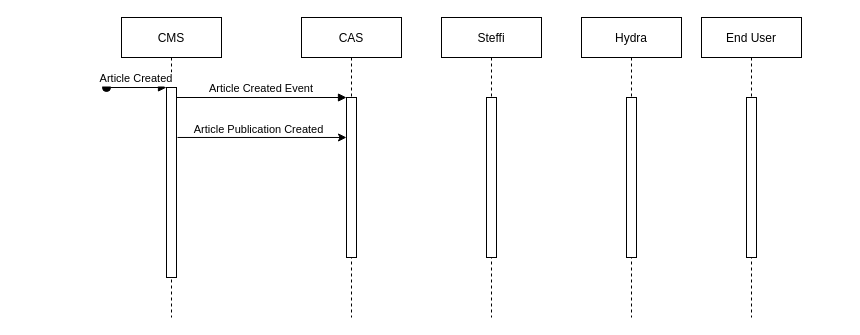
The draw.io diagram draw-io/Article Publication and view.drawio in drdkjtop/arkitektur, before the edit. Source tidied: cells renumbered, new cells numbered last; positions are measured from the earlier drawing's top-left corner, leaving out a move shared by most shapes. Both pictures are drawn from the tidied source at 100%, with x=0, y=0 at pixel (106, 17).
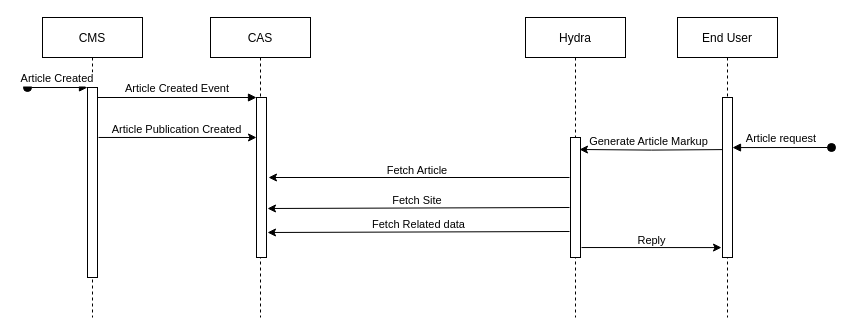
The same page after the edit.

Unchanged cells that the change refers to:
```xml
<mxCell id="13" style="points=[];perimeter=orthogonalPerimeter;rounded=0;shadow=0;strokeWidth=1;" parent="12" vertex="1">
  <mxGeometry x="45" y="80" width="10" height="160" as="geometry" />
</mxCell>
<mxCell id="14" style="endArrow=classic;html=1;rounded=0;exitX=1.1;exitY=0.263;exitDx=0;exitDy=0;exitPerimeter=0;" parent="1" edge="1" source="3" target="6">
  <mxGeometry relative="1" as="geometry" />
</mxCell>
```

What changed in the source:
```diff
@@
     <mxCell id="2" value="CMS" style="shape=umlLifeline;perimeter=lifelinePerimeter;rounded=0;shadow=0;strokeWidth=1;" parent="1" vertex="1">
-      <mxGeometry x="15" width="100" height="300" as="geometry" />
+      <mxGeometry x="-64" width="100" height="300" as="geometry" />
     </mxCell>
@@
     <mxCell id="5" value="CAS" style="shape=umlLifeline;perimeter=lifelinePerimeter;rounded=0;shadow=0;strokeWidth=1;" parent="1" vertex="1">
-      <mxGeometry x="195" width="100" height="300" as="geometry" />
+      <mxGeometry x="104" width="100" height="300" as="geometry" />
     </mxCell>
     <mxCell id="6" style="points=[];perimeter=orthogonalPerimeter;rounded=0;shadow=0;strokeWidth=1;" parent="5" vertex="1">
-      <mxGeometry x="45" y="80" width="10" height="160" as="geometry" />
+      <mxGeometry x="46" y="80" width="10" height="160" as="geometry" />
     </mxCell>
@@
-    <mxCell id="8" value="Steffi" style="shape=umlLifeline;perimeter=lifelinePerimeter;rounded=0;shadow=0;strokeWidth=1;" parent="1" vertex="1">
-      <mxGeometry x="335" width="100" height="300" as="geometry" />
-    </mxCell>
-    <mxCell id="9" style="perimeter=orthogonalPerimeter;rounded=0;shadow=0;strokeWidth=1;" parent="8" vertex="1">
-      <mxGeometry x="45" y="80" width="10" height="160" as="geometry" />
-    </mxCell>
     <mxCell id="10" value="Hydra" style="shape=umlLifeline;perimeter=lifelinePerimeter;rounded=0;shadow=0;strokeWidth=1;" parent="1" vertex="1">
-      <mxGeometry x="475" width="100" height="300" as="geometry" />
+      <mxGeometry x="419" width="100" height="300" as="geometry" />
     </mxCell>
     <mxCell id="11" style="points=[];perimeter=orthogonalPerimeter;rounded=0;shadow=0;strokeWidth=1;" parent="10" vertex="1">
-      <mxGeometry x="45" y="80" width="10" height="160" as="geometry" />
+      <mxGeometry x="45" y="120" width="10" height="120" as="geometry" />
     </mxCell>
     <mxCell id="12" value="End User" style="shape=umlLifeline;perimeter=lifelinePerimeter;rounded=0;shadow=0;strokeWidth=1;" parent="1" vertex="1">
-      <mxGeometry x="595" width="100" height="300" as="geometry" />
+      <mxGeometry x="571" width="100" height="300" as="geometry" />
     </mxCell>
@@
     <mxCell id="15" value="Article Publication Created" style="edgeLabel;html=1;align=center;verticalAlign=middle;" parent="14" vertex="1">
       <mxGeometry x="-0.28" relative="1" as="geometry">
-        <mxPoint x="19" y="-8" as="offset" />
+        <mxPoint x="20" y="-8" as="offset" />
       </mxGeometry>
     </mxCell>
+    <mxCell id="16" style="edgeStyle=orthogonalEdgeStyle;rounded=0;jettySize=auto;html=1;exitX=0;exitY=0.388;exitDx=0;exitDy=0;exitPerimeter=0;entryX=0.9;entryY=0.1;entryDx=0;entryDy=0;entryPerimeter=0;" parent="1" edge="1" target="11">
+      <mxGeometry relative="1" as="geometry">
+        <mxPoint x="616" y="132.1" as="sourcePoint" />
+      </mxGeometry>
+    </mxCell>
+    <mxCell id="17" value="Generate Article Markup" style="edgeLabel;html=1;align=center;verticalAlign=middle;" parent="16" vertex="1">
+      <mxGeometry x="0.2" y="-2" relative="1" as="geometry">
+        <mxPoint x="11" y="-7" as="offset" />
+      </mxGeometry>
+    </mxCell>
+    <mxCell id="18" value="Article request" style="verticalAlign=bottom;startArrow=oval;endArrow=block;startSize=8;shadow=0;strokeWidth=1;entryX=1;entryY=0.313;entryDx=0;entryDy=0;entryPerimeter=0;" parent="1" edge="1" target="13">
+      <mxGeometry relative="1" as="geometry">
+        <mxPoint x="725" y="130" as="sourcePoint" />
+      </mxGeometry>
+    </mxCell>
+    <mxCell id="19" value="Fetch Article&amp;nbsp;" style="endArrow=classic;html=1;rounded=0;exitX=-0.1;exitY=0.5;exitDx=0;exitDy=0;exitPerimeter=0;spacingBottom=14;entryX=1.2;entryY=0.5;entryDx=0;entryDy=0;entryPerimeter=0;" parent="1" edge="1" target="6">
+      <mxGeometry relative="1" as="geometry">
+        <mxPoint x="463" y="160" as="sourcePoint" />
+      </mxGeometry>
+    </mxCell>
+    <mxCell id="20" value="Fetch Site&amp;nbsp;" style="endArrow=classic;html=1;rounded=0;spacingBottom=15;entryX=1.3;entryY=0.694;entryDx=0;entryDy=0;entryPerimeter=0;" parent="1" edge="1">
+      <mxGeometry relative="1" as="geometry">
+        <mxPoint x="463" y="190" as="sourcePoint" />
+        <mxPoint x="161" y="191" as="targetPoint" />
+      </mxGeometry>
+    </mxCell>
+    <mxCell id="21" value="Fetch Related data" style="endArrow=classic;html=1;rounded=0;entryX=1;entryY=0.844;entryDx=0;entryDy=0;entryPerimeter=0;exitX=-0.2;exitY=0.783;exitDx=0;exitDy=0;exitPerimeter=0;spacingBottom=15;" parent="1" edge="1">
+      <mxGeometry relative="1" as="geometry">
+        <mxPoint x="463" y="214" as="sourcePoint" />
+        <mxPoint x="161" y="215" as="targetPoint" />
+      </mxGeometry>
+    </mxCell>
+    <mxCell id="22" value="Reply" style="endArrow=classic;html=1;rounded=0;entryX=-0.1;entryY=0.938;entryDx=0;entryDy=0;entryPerimeter=0;exitX=1.1;exitY=0.917;exitDx=0;exitDy=0;exitPerimeter=0;spacingBottom=15;" parent="1" edge="1" source="11" target="13">
+      <mxGeometry relative="1" as="geometry" />
+    </mxCell>
```
